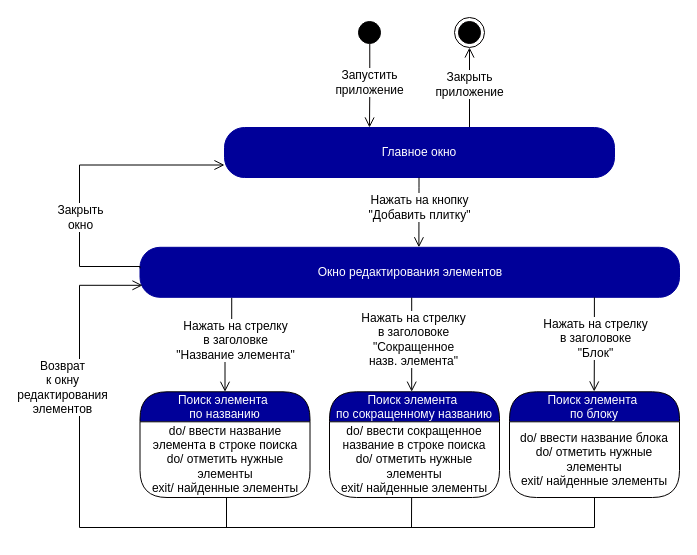
Above: SM_Bloks/Edit_element/Search/State_machine_edit_element_search_1.drawio in iCosmos76/Curriculum-Designer (draw.io), before the change. Source tidied: cells renumbered, new cells numbered last; positions are measured from the earlier drawing's top-left corner, leaving out a move shared by most shapes. Both pictures are drawn from the tidied source at 100%, with x=0, y=0 at pixel (79, 17).
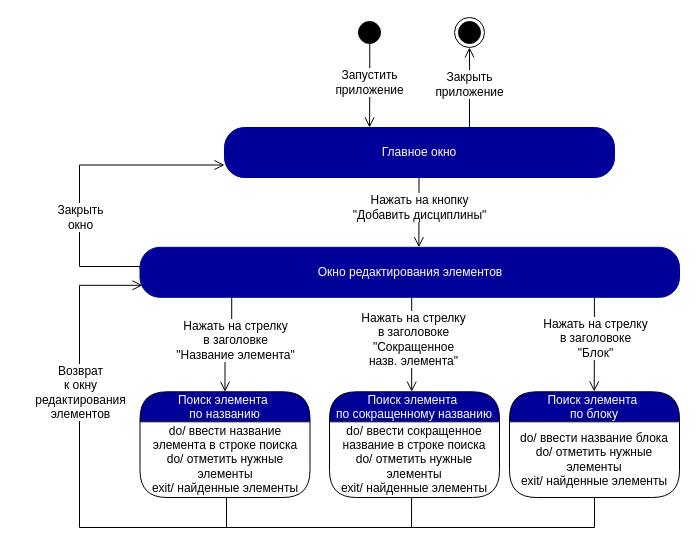
The same page after the edit.

The change refers to these unchanged cells:
```xml
<mxCell id="7" style="edgeStyle=orthogonalEdgeStyle;html=1;verticalAlign=bottom;endArrow=open;endSize=8;strokeColor=#000000;rounded=0;fontSize=10;exitX=0.097;exitY=1.006;exitDx=0;exitDy=0;exitPerimeter=0;entryX=0.154;entryY=0;entryDx=0;entryDy=0;entryPerimeter=0;" parent="1" edge="1">
  <mxGeometry relative="1" as="geometry">
    <mxPoint x="339.5" y="160.1" as="sourcePoint" />
    <mxPoint x="339.4" y="229.8" as="targetPoint" />
    <Array as="points">
      <mxPoint x="339.4" y="169.8" />
    </Array>
  </mxGeometry>
</mxCell>
<mxCell id="14" style="edgeStyle=orthogonalEdgeStyle;html=1;verticalAlign=bottom;endArrow=open;endSize=8;strokeColor=#000000;rounded=0;fontSize=10;exitX=0.5;exitY=1;exitDx=0;exitDy=0;" parent="1" edge="1" source="10">
  <mxGeometry relative="1" as="geometry">
    <mxPoint x="63" y="267.8" as="targetPoint" />
    <Array as="points">
      <mxPoint x="147" y="480" />
      <mxPoint x="147" y="510" />
      <mxPoint y="510" />
      <mxPoint y="268" />
    </Array>
  </mxGeometry>
</mxCell>
```

Change to the diagram source:
```diff
@@
-    <mxCell id="8" value="Нажать на кнопку&lt;br&gt;&quot;Добавить плитку&quot;" style="edgeLabel;html=1;align=center;verticalAlign=middle;fontSize=12;" parent="7" vertex="1">
+    <mxCell id="8" value="Нажать на кнопку&lt;br&gt;&quot;Добавить дисциплины&quot;" style="edgeLabel;html=1;align=center;verticalAlign=middle;fontSize=12;" parent="7" vertex="1">
       <mxGeometry x="-0.25" y="2" relative="1" as="geometry">
         <mxPoint x="-2" y="3" as="offset" />
       </mxGeometry>
     </mxCell>
@@
     <mxCell id="15" value="Возврат &lt;br&gt;к окну&lt;br&gt;редактирования&lt;br&gt;элементов" style="edgeLabel;html=1;align=center;verticalAlign=middle;fontSize=12;" parent="14" vertex="1">
       <mxGeometry x="-0.25" y="2" relative="1" as="geometry">
-        <mxPoint x="-16" y="-138" as="offset" />
+        <mxPoint x="2" y="-133" as="offset" />
       </mxGeometry>
     </mxCell>
```
